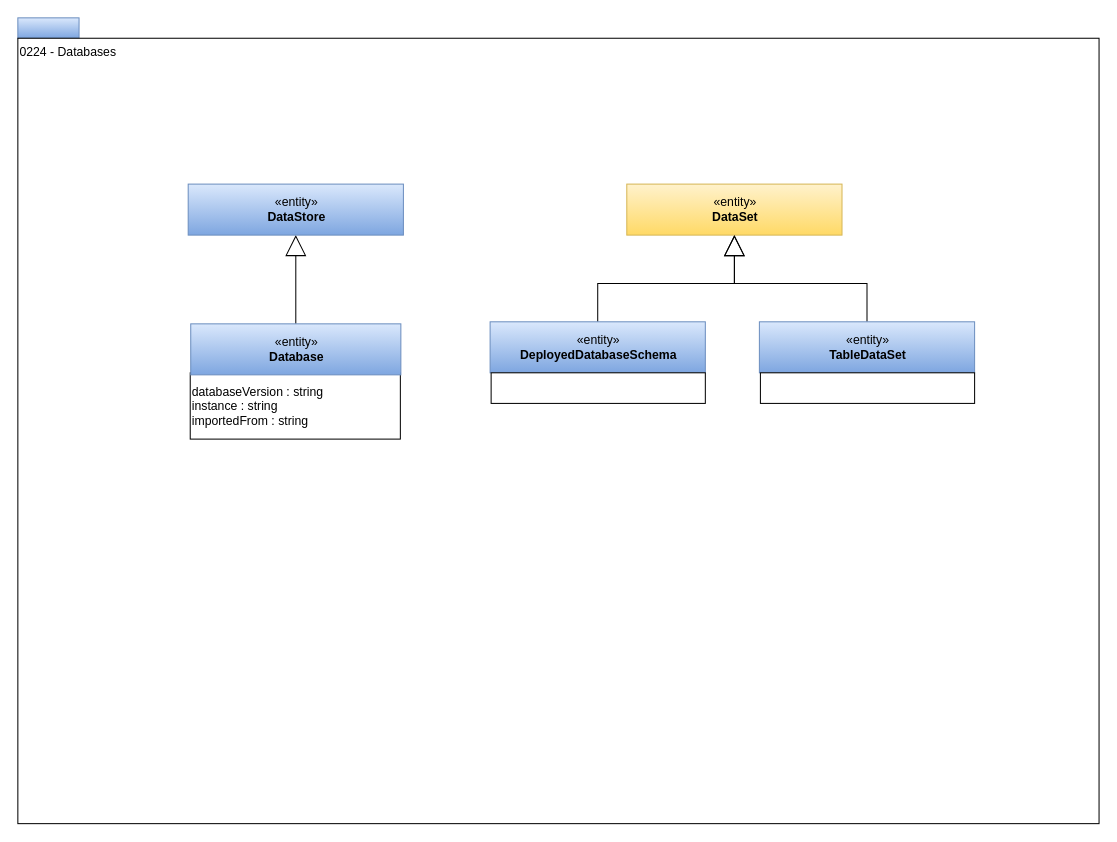
odpi/egeria-docs keeps this draw.io diagram as page "0224-Databases" (13 of 23) of site/docs/types/2/area-2-assets.drawio. Above is the earlier version. Source tidied: cells renumbered, new cells numbered last; positions are measured from the earlier drawing's top-left corner, leaving out a move shared by most shapes. Both pictures are drawn from the tidied source at 102%, with x=0, y=0 at pixel (17, 17).
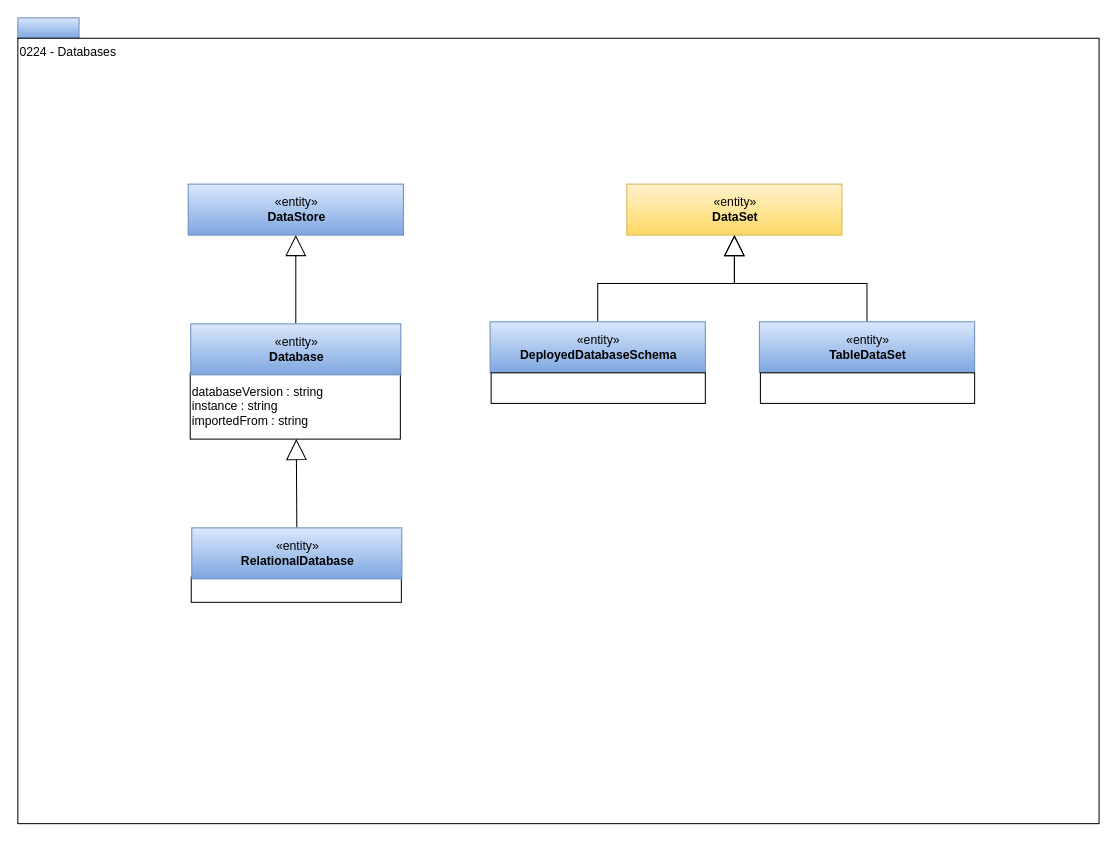
The same page after the edit.

Commit message (it also covers changes not shown here):
Add RelationalDatabase type

Diff of the diagram source:
```diff
@@
 <mxGraphModel>
   <root>
     <mxCell id="0" />
     <mxCell id="1" parent="0" />
     <mxCell id="2" style="rounded=0;whiteSpace=wrap;html=1;align=left;fillColor=#dae8fc;strokeColor=#6c8ebf;gradientColor=#7ea6e0;" parent="1" vertex="1">
       <mxGeometry width="60" height="20" as="geometry" />
     </mxCell>
     <mxCell id="3" value="0224 - Databases" style="rounded=0;whiteSpace=wrap;html=1;align=left;verticalAlign=top;" parent="1" vertex="1">
       <mxGeometry y="20" width="1060" height="770" as="geometry" />
     </mxCell>
     <mxCell id="4" style="edgeStyle=orthogonalEdgeStyle;rounded=0;jettySize=auto;html=1;exitX=0.5;exitY=0;exitDx=0;exitDy=0;endArrow=block;endFill=0;strokeWidth=1;endSize=18;" parent="1" edge="1" source="5" target="7">
       <mxGeometry relative="1" as="geometry" />
     </mxCell>
     <mxCell id="5" value="«entity»&lt;br&gt;&lt;b&gt;DeployedDatabaseSchema&lt;/b&gt;" style="html=1;strokeColor=#6c8ebf;align=center;fillColor=#dae8fc;gradientColor=#7ea6e0;" parent="1" vertex="1">
       <mxGeometry x="463" y="298" width="211" height="50" as="geometry" />
     </mxCell>
     <mxCell id="6" style="rounded=0;whiteSpace=wrap;html=1;strokeColor=#000000;gradientColor=#ffffff;align=left;" parent="1" vertex="1">
       <mxGeometry x="464" y="348" width="210" height="30" as="geometry" />
     </mxCell>
     <mxCell id="7" value="«entity»&lt;br&gt;&lt;b&gt;DataSet&lt;/b&gt;" style="html=1;strokeColor=#d6b656;align=center;fillColor=#fff2cc;gradientColor=#ffd966;" parent="1" vertex="1">
       <mxGeometry x="597" y="163" width="211" height="50" as="geometry" />
     </mxCell>
     <mxCell id="8" value="databaseVersion : string&lt;br&gt;instance : string&lt;br&gt;importedFrom : string" style="rounded=0;whiteSpace=wrap;html=1;strokeColor=#000000;gradientColor=#ffffff;align=left;" parent="1" vertex="1">
       <mxGeometry x="169" y="348" width="206" height="65" as="geometry" />
     </mxCell>
     <mxCell id="9" style="edgeStyle=orthogonalEdgeStyle;rounded=0;jettySize=auto;html=1;exitX=0.5;exitY=0;exitDx=0;exitDy=0;strokeWidth=1;endArrow=block;endFill=0;endSize=18;" parent="1" edge="1" source="10" target="11">
       <mxGeometry relative="1" as="geometry" />
     </mxCell>
     <mxCell id="10" value="«entity»&lt;br&gt;&lt;b&gt;Database&lt;/b&gt;" style="html=1;strokeColor=#6c8ebf;align=center;fillColor=#dae8fc;gradientColor=#7ea6e0;" parent="1" vertex="1">
       <mxGeometry x="169.5" y="300" width="206" height="50" as="geometry" />
     </mxCell>
     <mxCell id="11" value="«entity»&lt;br&gt;&lt;b&gt;DataStore&lt;/b&gt;" style="html=1;strokeColor=#6c8ebf;align=center;fillColor=#dae8fc;gradientColor=#7ea6e0;" parent="1" vertex="1">
       <mxGeometry x="167" y="163" width="211" height="50" as="geometry" />
     </mxCell>
     <mxCell id="12" style="edgeStyle=orthogonalEdgeStyle;rounded=0;jettySize=auto;html=1;exitX=0.5;exitY=0;exitDx=0;exitDy=0;strokeWidth=1;endArrow=block;endFill=0;endSize=18;" parent="1" edge="1" source="13" target="7">
       <mxGeometry relative="1" as="geometry" />
     </mxCell>
     <mxCell id="13" value="«entity»&lt;br&gt;&lt;b&gt;TableDataSet&lt;/b&gt;" style="html=1;strokeColor=#6c8ebf;align=center;fillColor=#dae8fc;gradientColor=#7ea6e0;" parent="1" vertex="1">
       <mxGeometry x="727" y="298" width="211" height="50" as="geometry" />
     </mxCell>
     <mxCell id="14" style="rounded=0;whiteSpace=wrap;html=1;strokeColor=#000000;gradientColor=#ffffff;align=left;" parent="1" vertex="1">
       <mxGeometry x="728" y="348" width="210" height="30" as="geometry" />
     </mxCell>
+    <mxCell id="15" style="rounded=0;whiteSpace=wrap;html=1;strokeColor=#000000;gradientColor=#ffffff;align=left;" parent="1" vertex="1">
+      <mxGeometry x="170" y="548" width="206" height="25" as="geometry" />
+    </mxCell>
+    <mxCell id="16" style="edgeStyle=orthogonalEdgeStyle;rounded=0;jettySize=auto;html=1;exitX=0.5;exitY=0;exitDx=0;exitDy=0;strokeWidth=1;endArrow=block;endFill=0;endSize=18;" parent="1" edge="1" source="17">
+      <mxGeometry relative="1" as="geometry">
+        <mxPoint x="273" y="413" as="targetPoint" />
+      </mxGeometry>
+    </mxCell>
+    <mxCell id="17" value="«entity»&lt;br&gt;&lt;b&gt;RelationalDatabase&lt;/b&gt;" style="html=1;strokeColor=#6c8ebf;align=center;fillColor=#dae8fc;gradientColor=#7ea6e0;" parent="1" vertex="1">
+      <mxGeometry x="170.5" y="500" width="206" height="50" as="geometry" />
+    </mxCell>
   </root>
 </mxGraphModel>
```
